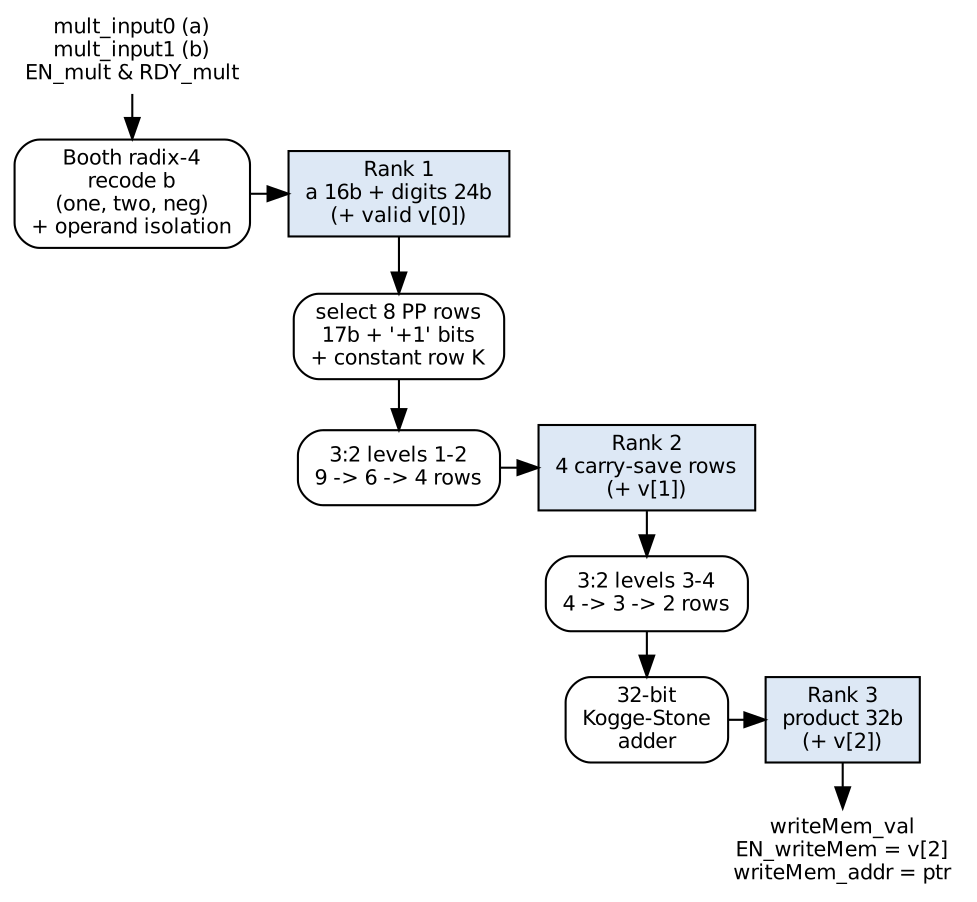
Earlier version of the Graphviz export submission/pdf_report/fig/dp400.png (amrsherif21/elec402-p2-open). Its source is kept beside it as submission/pdf_report/src/dp400.dot. Its diagram source:
```dot
digraph dp400 {
  rankdir=TB; newrank=true; bgcolor=white; nodesep=0.25; ranksep=0.3;
  node [fontname="Helvetica", fontsize=10];
  edge [fontname="Helvetica", fontsize=9];
  in [shape=plaintext, label="mult_input0 (a)\nmult_input1 (b)\nEN_mult & RDY_mult"];
  enc [shape=box, style=rounded, label="Booth radix-4\nrecode b\n(one, two, neg)\n+ operand isolation"];
  r1 [shape=box, style=filled, fillcolor="#dde8f5", label="Rank 1\na 16b + digits 24b\n(+ valid v[0])"];
  pp [shape=box, style=rounded, label="select 8 PP rows\n17b + '+1' bits\n+ constant row K"];
  c12 [shape=box, style=rounded, label="3:2 levels 1-2\n9 -> 6 -> 4 rows"];
  r2 [shape=box, style=filled, fillcolor="#dde8f5", label="Rank 2\n4 carry-save rows\n(+ v[1])"];
  c34 [shape=box, style=rounded, label="3:2 levels 3-4\n4 -> 3 -> 2 rows"];
  cpa [shape=box, style=rounded, label="32-bit\nKogge-Stone\nadder"];
  r3 [shape=box, style=filled, fillcolor="#dde8f5", label="Rank 3\nproduct 32b\n(+ v[2])"];
  out [shape=plaintext, label="writeMem_val\nEN_writeMem = v[2]\nwriteMem_addr = ptr"];
  in -> enc -> r1 -> pp -> c12 -> r2 -> c34 -> cpa -> r3 -> out;
  {rank=same; enc; r1;}
  {rank=same; c12; r2;}
  {rank=same; pp;}
  {rank=same; cpa; r3;}
}
```
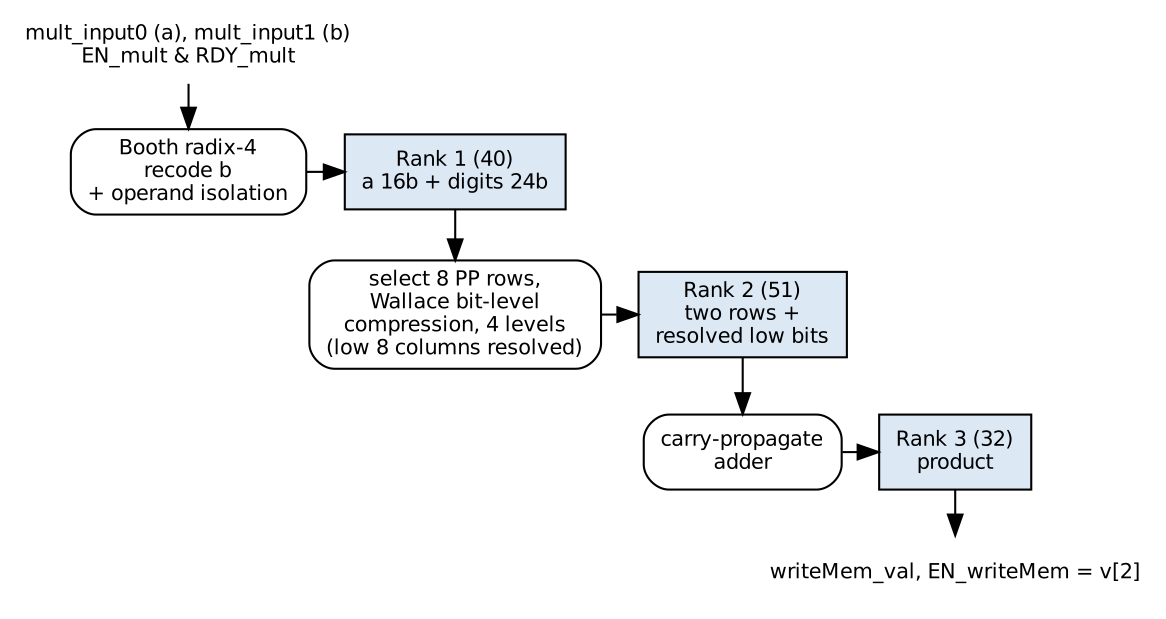
After the commit.

What changed in the source:
```diff
@@ -1,20 +1,14 @@
 digraph dp400 {
   rankdir=TB; newrank=true; bgcolor=white; nodesep=0.25; ranksep=0.3;
   node [fontname="Helvetica", fontsize=10];
-  edge [fontname="Helvetica", fontsize=9];
-  in [shape=plaintext, label="mult_input0 (a)\nmult_input1 (b)\nEN_mult & RDY_mult"];
-  enc [shape=box, style=rounded, label="Booth radix-4\nrecode b\n(one, two, neg)\n+ operand isolation"];
-  r1 [shape=box, style=filled, fillcolor="#dde8f5", label="Rank 1\na 16b + digits 24b\n(+ valid v[0])"];
-  pp [shape=box, style=rounded, label="select 8 PP rows\n17b + '+1' bits\n+ constant row K"];
-  c12 [shape=box, style=rounded, label="3:2 levels 1-2\n9 -> 6 -> 4 rows"];
-  r2 [shape=box, style=filled, fillcolor="#dde8f5", label="Rank 2\n4 carry-save rows\n(+ v[1])"];
-  c34 [shape=box, style=rounded, label="3:2 levels 3-4\n4 -> 3 -> 2 rows"];
-  cpa [shape=box, style=rounded, label="32-bit\nKogge-Stone\nadder"];
-  r3 [shape=box, style=filled, fillcolor="#dde8f5", label="Rank 3\nproduct 32b\n(+ v[2])"];
-  out [shape=plaintext, label="writeMem_val\nEN_writeMem = v[2]\nwriteMem_addr = ptr"];
-  in -> enc -> r1 -> pp -> c12 -> r2 -> c34 -> cpa -> r3 -> out;
-  {rank=same; enc; r1;}
-  {rank=same; c12; r2;}
-  {rank=same; pp;}
-  {rank=same; cpa; r3;}
+  in [shape=plaintext, label="mult_input0 (a), mult_input1 (b)\nEN_mult & RDY_mult"];
+  enc [shape=box, style=rounded, label="Booth radix-4\nrecode b\n+ operand isolation"];
+  r1 [shape=box, style=filled, fillcolor="#dde8f5", label="Rank 1 (40)\na 16b + digits 24b"];
+  tree [shape=box, style=rounded, label="select 8 PP rows,\nWallace bit-level\ncompression, 4 levels\n(low 8 columns resolved)"];
+  r2 [shape=box, style=filled, fillcolor="#dde8f5", label="Rank 2 (51)\ntwo rows +\nresolved low bits"];
+  cpa [shape=box, style=rounded, label="carry-propagate\nadder"];
+  r3 [shape=box, style=filled, fillcolor="#dde8f5", label="Rank 3 (32)\nproduct"];
+  out [shape=plaintext, label="writeMem_val, EN_writeMem = v[2]"];
+  in -> enc -> r1 -> tree -> r2 -> cpa -> r3 -> out;
+  {rank=same; enc; r1;} {rank=same; tree; r2;} {rank=same; cpa; r3;}
 }
```
